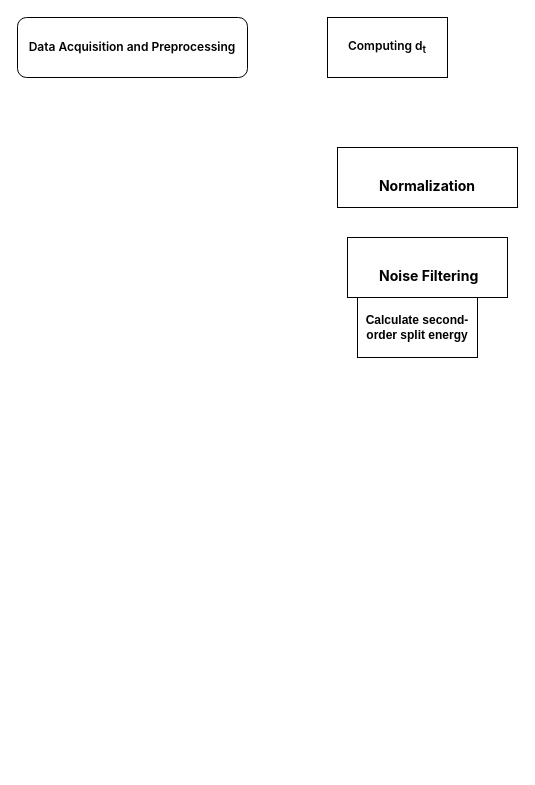
funkallll/deeplearning keeps this draw.io diagram as 激励.drawio. Above is the earlier version. Source tidied: cells renumbered, new cells numbered last; positions are measured from the earlier drawing's top-left corner, leaving out a move shared by most shapes. Both pictures are drawn from the tidied source at 100%, with x=0, y=0 at pixel (17, 17).
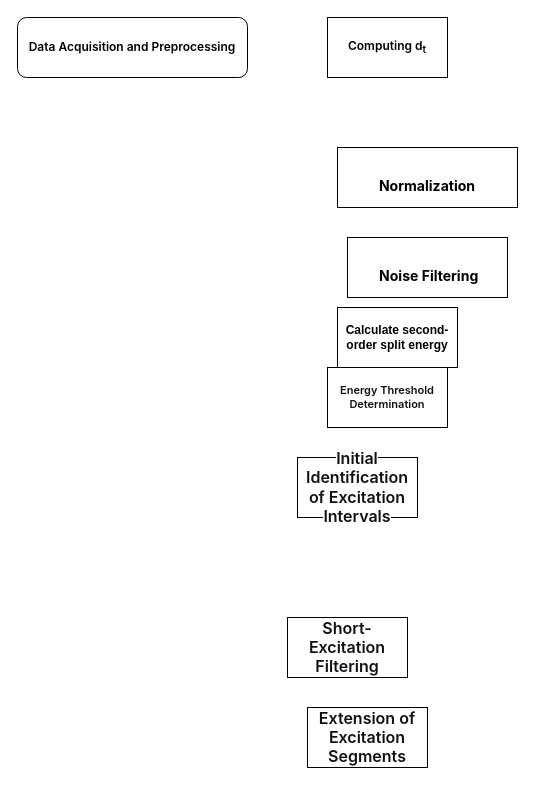
The same page after the edit.

The edit, as a diff of the source:
```diff
@@
 <mxGraphModel>
   <root>
     <mxCell id="0" />
     <mxCell id="1" parent="0" />
     <mxCell id="2" value="&lt;span style=&quot;font-weight: 600; font-family: quote-cjk-patch, Inter, system-ui, -apple-system, BlinkMacSystemFont, &amp;quot;Segoe UI&amp;quot;, Roboto, Oxygen, Ubuntu, Cantarell, &amp;quot;Open Sans&amp;quot;, &amp;quot;Helvetica Neue&amp;quot;, sans-serif; text-align: start;&quot;&gt;Data Acquisition and Preprocessing&lt;/span&gt;" style="rounded=1;whiteSpace=wrap;html=1;fontColor=default;fontSize=12;labelBackgroundColor=none;" parent="1" vertex="1">
       <mxGeometry width="230" height="60" as="geometry" />
     </mxCell>
     <mxCell id="3" value="&lt;span style=&quot;font-weight: 600; font-family: quote-cjk-patch, Inter, system-ui, -apple-system, BlinkMacSystemFont, &amp;quot;Segoe UI&amp;quot;, Roboto, Oxygen, Ubuntu, Cantarell, &amp;quot;Open Sans&amp;quot;, &amp;quot;Helvetica Neue&amp;quot;, sans-serif; text-align: start;&quot;&gt;Computing d&lt;sub&gt;t&lt;/sub&gt;&lt;/span&gt;" style="rounded=0;whiteSpace=wrap;html=1;fontColor=default;fontSize=12;labelBackgroundColor=none;" parent="1" vertex="1">
       <mxGeometry x="310" width="120" height="60" as="geometry" />
     </mxCell>
     <mxCell id="4" value="&lt;h3 style=&quot;font-variant-numeric: normal; font-variant-east-asian: normal; font-variant-alternates: normal; font-size-adjust: none; font-kerning: auto; font-optical-sizing: auto; font-feature-settings: normal; font-variation-settings: normal; font-variant-position: normal; font-variant-emoji: normal; font-stretch: normal; line-height: 30px; font-family: quote-cjk-patch, Inter, system-ui, -apple-system, BlinkMacSystemFont, &amp;quot;Segoe UI&amp;quot;, Roboto, Oxygen, Ubuntu, Cantarell, &amp;quot;Open Sans&amp;quot;, &amp;quot;Helvetica Neue&amp;quot;, sans-serif; margin: 32px 0px 16px; text-align: start;&quot;&gt;Normalization&lt;/h3&gt;" style="rounded=0;whiteSpace=wrap;html=1;fontColor=default;fontSize=12;labelBackgroundColor=none;" parent="1" vertex="1">
       <mxGeometry x="320" y="130" width="180" height="60" as="geometry" />
     </mxCell>
     <mxCell id="5" value="&lt;h3 style=&quot;font-variant-numeric: normal; font-variant-east-asian: normal; font-variant-alternates: normal; font-size-adjust: none; font-kerning: auto; font-optical-sizing: auto; font-feature-settings: normal; font-variation-settings: normal; font-variant-position: normal; font-variant-emoji: normal; font-stretch: normal; line-height: 30px; font-family: quote-cjk-patch, Inter, system-ui, -apple-system, BlinkMacSystemFont, &amp;quot;Segoe UI&amp;quot;, Roboto, Oxygen, Ubuntu, Cantarell, &amp;quot;Open Sans&amp;quot;, &amp;quot;Helvetica Neue&amp;quot;, sans-serif; margin: 32px 0px 16px; text-align: start;&quot;&gt;&amp;nbsp;Noise Filtering&lt;/h3&gt;" style="rounded=0;whiteSpace=wrap;html=1;fontColor=default;fontSize=12;labelBackgroundColor=none;" parent="1" vertex="1">
       <mxGeometry x="330" y="220" width="160" height="60" as="geometry" />
     </mxCell>
     <mxCell id="6" value="&lt;span style=&quot;font-family: Arial, Helvetica, sans-serif; font-weight: 700; text-align: start; white-space-collapse: preserve;&quot;&gt;Calculate second-order split energy&lt;/span&gt;" style="rounded=0;whiteSpace=wrap;html=1;fontColor=default;fontSize=12;labelBackgroundColor=none;" parent="1" vertex="1">
-      <mxGeometry x="340" y="280" width="120" height="60" as="geometry" />
+      <mxGeometry x="320" y="290" width="120" height="60" as="geometry" />
     </mxCell>
+    <mxCell id="7" value="&lt;span style=&quot;font-weight: 600; color: rgb(15, 17, 21); font-family: quote-cjk-patch, Inter, system-ui, -apple-system, BlinkMacSystemFont, &amp;quot;Segoe UI&amp;quot;, Roboto, Oxygen, Ubuntu, Cantarell, &amp;quot;Open Sans&amp;quot;, &amp;quot;Helvetica Neue&amp;quot;, sans-serif; text-align: start; background-color: rgb(255, 255, 255);&quot;&gt;Energy Threshold Determination&lt;/span&gt;" style="rounded=0;whiteSpace=wrap;html=1;fontSize=11;" parent="1" vertex="1">
+      <mxGeometry x="310" y="350" width="120" height="60" as="geometry" />
+    </mxCell>
+    <mxCell id="8" value="&lt;span style=&quot;font-weight: 600; color: rgb(15, 17, 21); font-family: quote-cjk-patch, Inter, system-ui, -apple-system, BlinkMacSystemFont, &amp;quot;Segoe UI&amp;quot;, Roboto, Oxygen, Ubuntu, Cantarell, &amp;quot;Open Sans&amp;quot;, &amp;quot;Helvetica Neue&amp;quot;, sans-serif; font-size: 16px; text-align: start; background-color: rgb(255, 255, 255);&quot;&gt;Initial Identification of Excitation Intervals&lt;/span&gt;" style="rounded=0;whiteSpace=wrap;html=1;" parent="1" vertex="1">
+      <mxGeometry x="280" y="440" width="120" height="60" as="geometry" />
+    </mxCell>
+    <mxCell id="9" value="&lt;span style=&quot;font-weight: 600; color: rgb(15, 17, 21); font-family: quote-cjk-patch, Inter, system-ui, -apple-system, BlinkMacSystemFont, &amp;quot;Segoe UI&amp;quot;, Roboto, Oxygen, Ubuntu, Cantarell, &amp;quot;Open Sans&amp;quot;, &amp;quot;Helvetica Neue&amp;quot;, sans-serif; font-size: 16px; text-align: start; background-color: rgb(255, 255, 255);&quot;&gt;Extension of Excitation Segments&lt;/span&gt;" style="rounded=0;whiteSpace=wrap;html=1;" parent="1" vertex="1">
+      <mxGeometry x="290" y="690" width="120" height="60" as="geometry" />
+    </mxCell>
+    <mxCell id="10" value="&lt;span style=&quot;font-weight: 600; color: rgb(15, 17, 21); font-family: quote-cjk-patch, Inter, system-ui, -apple-system, BlinkMacSystemFont, &amp;quot;Segoe UI&amp;quot;, Roboto, Oxygen, Ubuntu, Cantarell, &amp;quot;Open Sans&amp;quot;, &amp;quot;Helvetica Neue&amp;quot;, sans-serif; font-size: 16px; text-align: start; background-color: rgb(255, 255, 255);&quot;&gt;Short-Excitation Filtering&lt;/span&gt;" style="rounded=0;whiteSpace=wrap;html=1;" parent="1" vertex="1">
+      <mxGeometry x="270" y="600" width="120" height="60" as="geometry" />
+    </mxCell>
   </root>
 </mxGraphModel>
```
